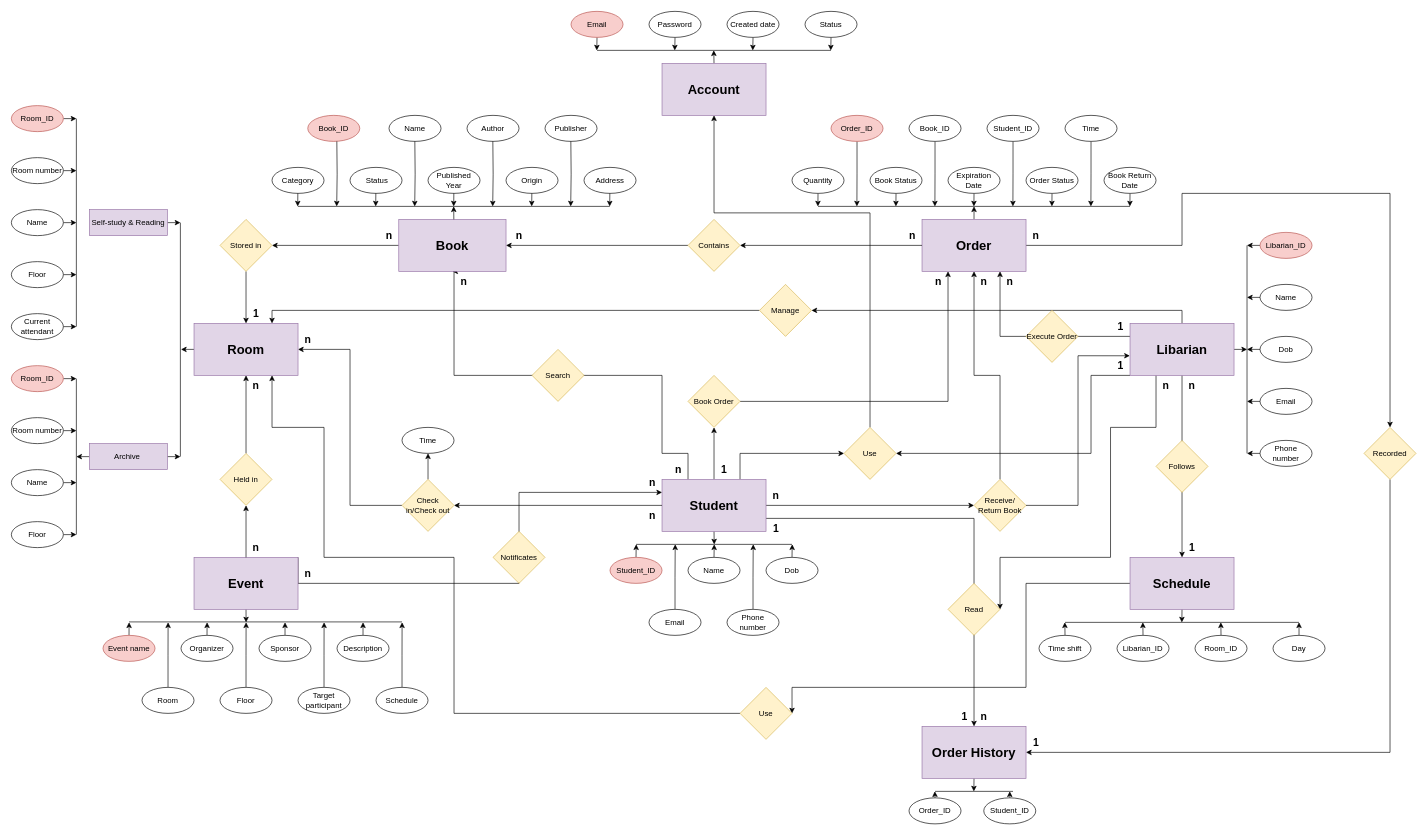
Dovanvu09/LibraryManagement keeps this draw.io diagram as erd.drawio. Above is the earlier version. Source tidied: cells renumbered, new cells numbered last; positions are measured from the earlier drawing's top-left corner, leaving out a move shared by most shapes. Both pictures are drawn from the tidied source at 65%, with x=0, y=0 at pixel (11, 11).
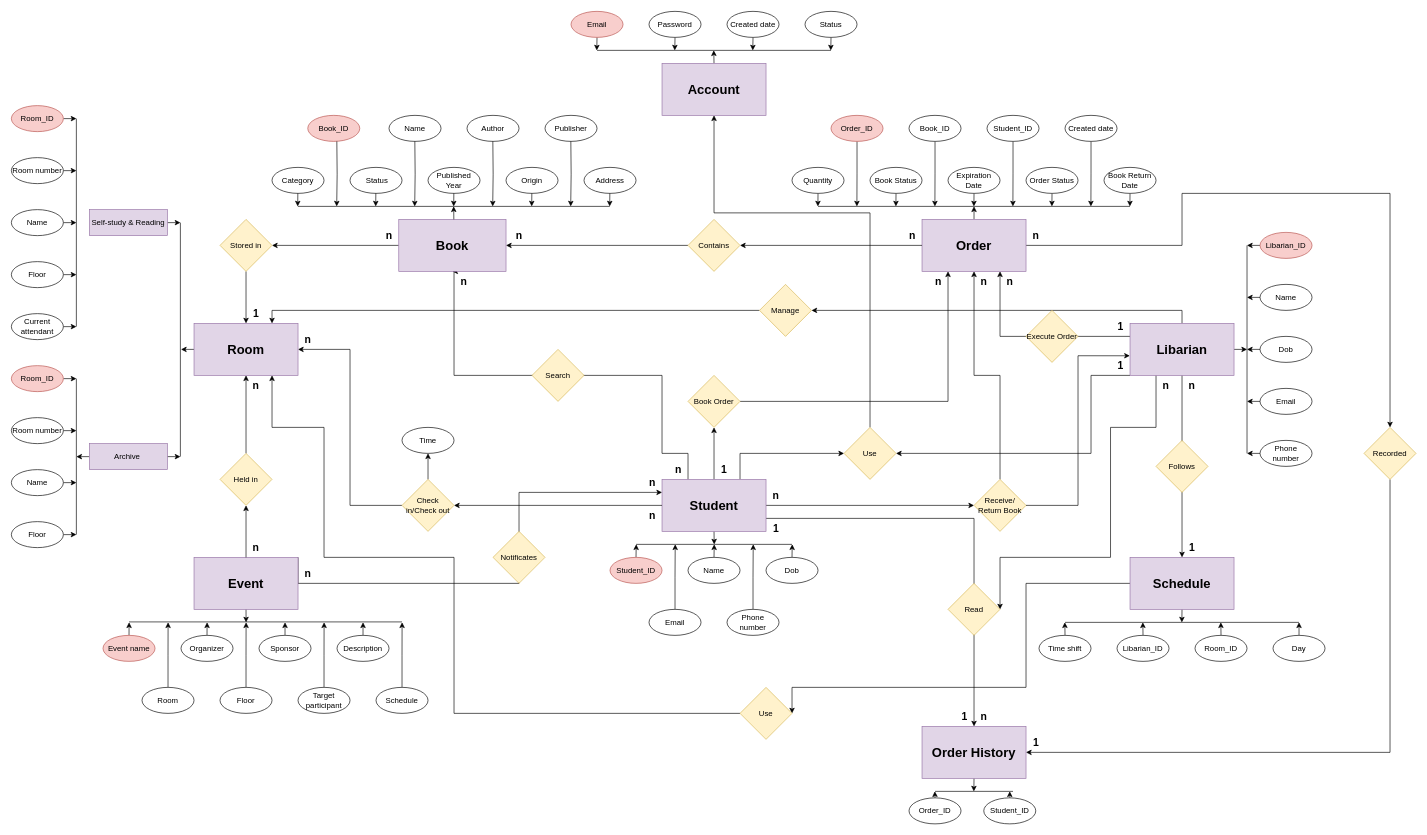
The same page after the edit.

Commit message (it also covers changes not shown here):
Cập nhật erd.drawio

The edit, as a diff of the source:
```diff
@@
-    <mxCell id="95" value="Time" style="ellipse;whiteSpace=wrap;html=1;" parent="1" vertex="1">
+    <mxCell id="95" value="Created date" style="ellipse;whiteSpace=wrap;html=1;" parent="1" vertex="1">
       <mxGeometry x="1621" y="160" width="80" height="40" as="geometry" />
     </mxCell>
```
